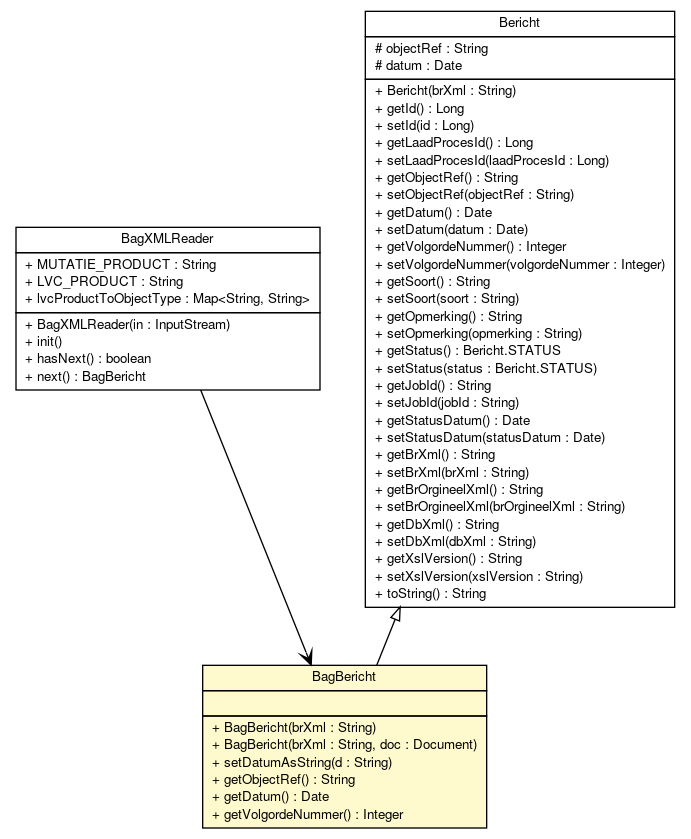
Earlier version of the Graphviz export brmo-loader/apidocs/nl/b3p/brmo/loader/entity/BagBericht.png (B3Partners/brmo). Its source is kept beside it as brmo-loader/apidocs/nl/b3p/brmo/loader/entity/BagBericht.dot.
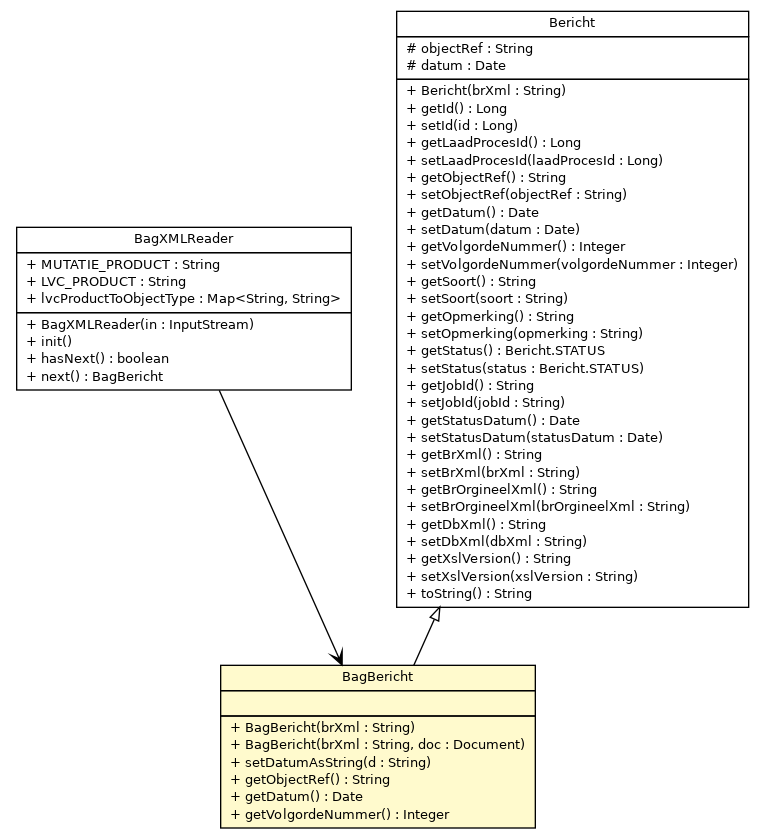
After the change.

What changed in the source:
```diff
@@ -4,7 +4,7 @@
 	node [fontname="Helvetica",fontsize=10,shape=plaintext];
 	nodesep=0.25;
 	ranksep=0.5;
-	c969 [label=<<table title="nl.b3p.brmo.loader.xml.BagXMLReader" border="0" cellborder="1" cellspacing="0" cellpadding="2" port="p" href="../xml/BagXMLReader.html">
+	c974 [label=<<table title="nl.b3p.brmo.loader.xml.BagXMLReader" border="0" cellborder="1" cellspacing="0" cellpadding="2" port="p" href="../xml/BagXMLReader.html">
 		<tr><td><table border="0" cellspacing="0" cellpadding="1">
 <tr><td align="center" balign="center"> BagXMLReader </td></tr>
 		</table></td></tr>
@@ -20,7 +20,7 @@
 <tr><td align="left" balign="left"> + next() : BagBericht </td></tr>
 		</table></td></tr>
 		</table>>, URL="../xml/BagXMLReader.html", fontname="Helvetica", fontcolor="black", fontsize=10.0];
-	c987 [label=<<table title="nl.b3p.brmo.loader.entity.BagBericht" border="0" cellborder="1" cellspacing="0" cellpadding="2" port="p" bgcolor="lemonChiffon" href="./BagBericht.html">
+	c983 [label=<<table title="nl.b3p.brmo.loader.entity.BagBericht" border="0" cellborder="1" cellspacing="0" cellpadding="2" port="p" bgcolor="lemonChiffon" href="./BagBericht.html">
 		<tr><td><table border="0" cellspacing="0" cellpadding="1">
 <tr><td align="center" balign="center"> BagBericht </td></tr>
 		</table></td></tr>
@@ -36,7 +36,7 @@
 <tr><td align="left" balign="left"> + getVolgordeNummer() : Integer </td></tr>
 		</table></td></tr>
 		</table>>, URL="./BagBericht.html", fontname="Helvetica", fontcolor="black", fontsize=10.0];
-	c993 [label=<<table title="nl.b3p.brmo.loader.entity.Bericht" border="0" cellborder="1" cellspacing="0" cellpadding="2" port="p" href="./Bericht.html">
+	c988 [label=<<table title="nl.b3p.brmo.loader.entity.Bericht" border="0" cellborder="1" cellspacing="0" cellpadding="2" port="p" href="./Bericht.html">
 		<tr><td><table border="0" cellspacing="0" cellpadding="1">
 <tr><td align="center" balign="center"> Bericht </td></tr>
 		</table></td></tr>
@@ -77,6 +77,6 @@
 <tr><td align="left" balign="left"> + toString() : String </td></tr>
 		</table></td></tr>
 		</table>>, URL="./Bericht.html", fontname="Helvetica", fontcolor="black", fontsize=10.0];
-	c993:p -> c987:p [dir=back,arrowtail=empty];
-	c969:p -> c987:p [taillabel="", label="", headlabel="", fontname="Helvetica", fontcolor="black", fontsize=10.0, color="black", arrowhead=open];
+	c988:p -> c983:p [dir=back,arrowtail=empty];
+	c974:p -> c983:p [taillabel="", label="", headlabel="", fontname="Helvetica", fontcolor="black", fontsize=10.0, color="black", arrowhead=open];
 }
```
